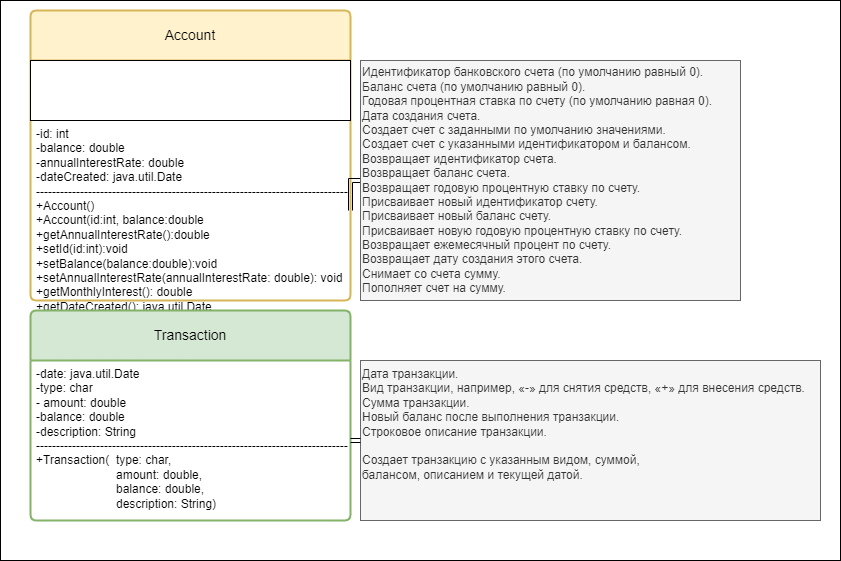
Before: БанковскаяСистема.png, a diagram exported from draw.io (JuliaYlibka/Classwithtest). Source tidied: cells renumbered, new cells last; positions are measured from the earlier drawing's top-left corner, leaving out a move shared by most shapes. The source it was exported from:
```xml
<mxGraphModel background="#FFFFFF">
  <root>
    <mxCell id="0" />
    <mxCell id="1" parent="0" />
    <mxCell id="2" style="rounded=0;whiteSpace=wrap;html=1;" parent="1" vertex="1">
      <mxGeometry width="840" height="560" as="geometry" />
    </mxCell>
    <mxCell id="3" value="Account" style="swimlane;horizontal=1;startSize=50;rounded=1;fontSize=14;fontStyle=0;strokeWidth=2;shadow=0;dashed=0;align=center;arcSize=4;whiteSpace=wrap;html=1;fillColor=#fff2cc;strokeColor=#d6b656;" parent="1" vertex="1">
      <mxGeometry x="30" y="10" width="320" height="290" as="geometry" />
    </mxCell>
    <mxCell id="4" style="rounded=0;whiteSpace=wrap;html=1;" parent="3" vertex="1">
      <mxGeometry y="50" width="320" height="60" as="geometry" />
    </mxCell>
    <mxCell id="5" value="-id: int&lt;div&gt;-balance: double&lt;/div&gt;&lt;div&gt;-annualInterestRate: double&lt;/div&gt;&lt;div&gt;-dateCreated: java.util.Date&lt;/div&gt;&lt;div&gt;------------------------------------------------------------------------------&lt;/div&gt;&lt;div&gt;+Account()&lt;/div&gt;&lt;div&gt;+Account(id:int, balance:double&lt;/div&gt;&lt;div&gt;+getAnnualInterestRate():double&lt;/div&gt;&lt;div&gt;+setId(id:int):void&lt;/div&gt;&lt;div&gt;+setBalance(balance:double):void&lt;/div&gt;&lt;div&gt;+set&lt;span style=&quot;background-color: initial;&quot;&gt;AnnualInterestRate(a&lt;/span&gt;&lt;span style=&quot;background-color: initial;&quot;&gt;nnualInterestRate: double&lt;/span&gt;&lt;span style=&quot;background-color: initial;&quot;&gt;): void&lt;/span&gt;&lt;/div&gt;&lt;div&gt;&lt;span style=&quot;background-color: initial;&quot;&gt;+getMonthlyInterest(): double&lt;/span&gt;&lt;/div&gt;&lt;div&gt;&lt;span style=&quot;background-color: initial;&quot;&gt;+getDateCreated(): java.util.Date&lt;/span&gt;&lt;/div&gt;&lt;div&gt;&lt;span style=&quot;background-color: initial;&quot;&gt;+withDraw(amount:double): void&lt;/span&gt;&lt;/div&gt;&lt;div&gt;&lt;span style=&quot;background-color: initial;&quot;&gt;+deposit(amount: double): void&lt;/span&gt;&lt;/div&gt;" style="align=left;strokeColor=none;fillColor=none;spacingLeft=4;fontSize=12;verticalAlign=top;html=1;" parent="3" vertex="1">
      <mxGeometry y="110" width="320" height="180" as="geometry" />
    </mxCell>
    <mxCell id="6" style="edgeStyle=orthogonalEdgeStyle;rounded=0;jettySize=auto;html=1;exitX=0;exitY=0.5;exitDx=0;exitDy=0;entryX=1;entryY=0.5;entryDx=0;entryDy=0;shape=link;" parent="1" edge="1" source="7" target="5">
      <mxGeometry relative="1" as="geometry" />
    </mxCell>
    <mxCell id="7" value="Идентификатор банковского счета (по умолчанию равный 0).&lt;br&gt;Баланс счета (по умолчанию равный 0).&lt;br&gt;Годовая процентная ставка по счету (по умолчанию равная 0).&lt;br&gt;Дата создания счета.&lt;br&gt;Создает счет с заданными по умолчанию значениями.&lt;br&gt;Создает счет с указанными идентификатором и балансом.&lt;br&gt;Возвращает идентификатор счета.&lt;br&gt;Возвращает баланс счета.&lt;br&gt;Возвращает годовую процентную ставку по счету.&lt;br&gt;Присваивает новый идентификатор счету.&lt;br&gt;Присваивает новый баланс счету.&lt;br&gt;Присваивает новую годовую процентную ставку по счету.&lt;br&gt;Возвращает ежемесячный процент по счету.&lt;br&gt;Возвращает дату создания этого счета.&lt;br&gt;Снимает со счета сумму.&lt;br&gt;Пополняет счет на сумму." style="rounded=0;whiteSpace=wrap;html=1;align=left;fillColor=#f5f5f5;fontColor=#333333;strokeColor=#666666;" parent="1" vertex="1">
      <mxGeometry x="360" y="60" width="380" height="240" as="geometry" />
    </mxCell>
    <mxCell id="8" value="Transaction" style="swimlane;horizontal=1;startSize=50;rounded=1;fontSize=14;fontStyle=0;strokeWidth=2;shadow=0;dashed=0;align=center;arcSize=4;whiteSpace=wrap;html=1;fillColor=#d5e8d4;strokeColor=#82b366;" parent="1" vertex="1">
      <mxGeometry x="30" y="310" width="320" height="210" as="geometry" />
    </mxCell>
    <mxCell id="9" value="&lt;div&gt;-date: java.util.Date&lt;/div&gt;&lt;div&gt;&lt;span style=&quot;background-color: initial;&quot;&gt;-type: char&lt;/span&gt;&lt;/div&gt;&lt;div&gt;&lt;span style=&quot;background-color: initial;&quot;&gt;- amount: double&lt;/span&gt;&lt;/div&gt;&lt;div&gt;&lt;span style=&quot;background-color: initial;&quot;&gt;-balance: double&lt;/span&gt;&lt;/div&gt;&lt;div&gt;&lt;span style=&quot;background-color: initial;&quot;&gt;-description: String&lt;/span&gt;&lt;/div&gt;&lt;div&gt;&lt;span style=&quot;background-color: initial;&quot;&gt;------------------------------------------------------------------------------&lt;/span&gt;&lt;/div&gt;&lt;div&gt;+Transaction(&amp;nbsp; type: char,&lt;/div&gt;&lt;div&gt;&lt;span style=&quot;white-space: pre;&quot;&gt;&#9;&lt;/span&gt;&lt;span style=&quot;white-space: pre;&quot;&gt;&#9;&lt;/span&gt;&lt;span style=&quot;white-space: pre;&quot;&gt;&#9;&lt;/span&gt;amount: double,&lt;br&gt;&lt;/div&gt;&lt;div&gt;&lt;span style=&quot;white-space: pre;&quot;&gt;&#9;&lt;/span&gt;&lt;span style=&quot;white-space: pre;&quot;&gt;&#9;&lt;/span&gt;&lt;span style=&quot;white-space: pre;&quot;&gt;&#9;&lt;/span&gt;balance: double,&lt;br&gt;&lt;/div&gt;&lt;div&gt;&lt;span style=&quot;white-space: pre;&quot;&gt;&#9;&lt;/span&gt;&lt;span style=&quot;white-space: pre;&quot;&gt;&#9;&lt;/span&gt;&lt;span style=&quot;white-space: pre;&quot;&gt;&#9;&lt;/span&gt;description: String)&lt;br&gt;&lt;/div&gt;" style="align=left;strokeColor=none;fillColor=none;spacingLeft=4;fontSize=12;verticalAlign=top;html=1;" parent="8" vertex="1">
      <mxGeometry y="50" width="320" height="160" as="geometry" />
    </mxCell>
    <mxCell id="10" value="Дата транзакции.&lt;br&gt;Вид транзакции, например, «-» для снятия средств, «+» для внесения средств.&lt;br&gt;Сумма транзакции.&lt;br&gt;Новый баланс после выполнения транзакции.&lt;br&gt;Строковое описание транзакции.&lt;div&gt;&lt;br&gt;Создает транзакцию с указанным видом, суммой,&lt;br&gt;балансом, описанием и текущей датой.&lt;/div&gt;" style="rounded=0;whiteSpace=wrap;html=1;align=left;verticalAlign=top;fillColor=#f5f5f5;fontColor=#333333;strokeColor=#666666;" parent="1" vertex="1">
      <mxGeometry x="360" y="360" width="460" height="160" as="geometry" />
    </mxCell>
    <mxCell id="11" style="edgeStyle=orthogonalEdgeStyle;rounded=0;jettySize=auto;html=1;exitX=1;exitY=0.5;exitDx=0;exitDy=0;entryX=0;entryY=0.5;entryDx=0;entryDy=0;shape=link;" parent="1" edge="1" source="9" target="10">
      <mxGeometry relative="1" as="geometry" />
    </mxCell>
  </root>
</mxGraphModel>
```
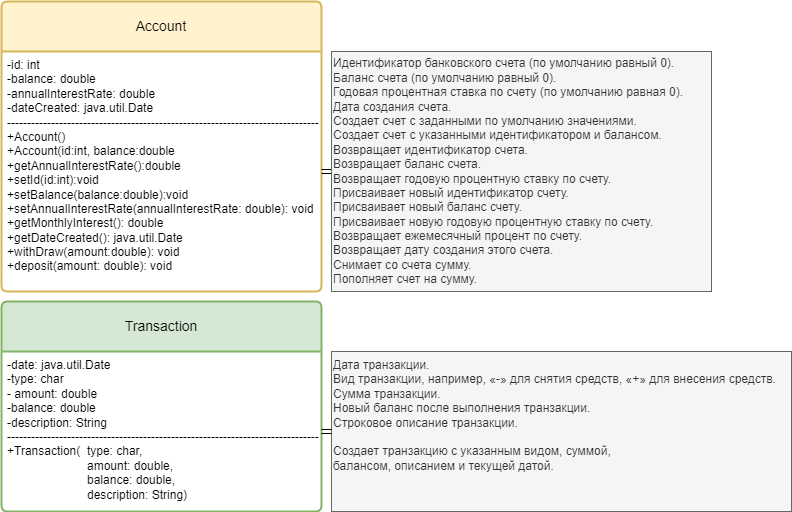
Later version of the same file.

Change to the diagram source:
```diff
@@ -1,18 +1,12 @@
-<mxGraphModel background="#FFFFFF">
+<mxGraphModel background="#ffffff">
   <root>
     <mxCell id="0" />
     <mxCell id="1" parent="0" />
-    <mxCell id="2" style="rounded=0;whiteSpace=wrap;html=1;" parent="1" vertex="1">
-      <mxGeometry width="840" height="560" as="geometry" />
-    </mxCell>
     <mxCell id="3" value="Account" style="swimlane;horizontal=1;startSize=50;rounded=1;fontSize=14;fontStyle=0;strokeWidth=2;shadow=0;dashed=0;align=center;arcSize=4;whiteSpace=wrap;html=1;fillColor=#fff2cc;strokeColor=#d6b656;" parent="1" vertex="1">
       <mxGeometry x="30" y="10" width="320" height="290" as="geometry" />
     </mxCell>
-    <mxCell id="4" style="rounded=0;whiteSpace=wrap;html=1;" parent="3" vertex="1">
-      <mxGeometry y="50" width="320" height="60" as="geometry" />
-    </mxCell>
     <mxCell id="5" value="-id: int&lt;div&gt;-balance: double&lt;/div&gt;&lt;div&gt;-annualInterestRate: double&lt;/div&gt;&lt;div&gt;-dateCreated: java.util.Date&lt;/div&gt;&lt;div&gt;------------------------------------------------------------------------------&lt;/div&gt;&lt;div&gt;+Account()&lt;/div&gt;&lt;div&gt;+Account(id:int, balance:double&lt;/div&gt;&lt;div&gt;+getAnnualInterestRate():double&lt;/div&gt;&lt;div&gt;+setId(id:int):void&lt;/div&gt;&lt;div&gt;+setBalance(balance:double):void&lt;/div&gt;&lt;div&gt;+set&lt;span style=&quot;background-color: initial;&quot;&gt;AnnualInterestRate(a&lt;/span&gt;&lt;span style=&quot;background-color: initial;&quot;&gt;nnualInterestRate: double&lt;/span&gt;&lt;span style=&quot;background-color: initial;&quot;&gt;): void&lt;/span&gt;&lt;/div&gt;&lt;div&gt;&lt;span style=&quot;background-color: initial;&quot;&gt;+getMonthlyInterest(): double&lt;/span&gt;&lt;/div&gt;&lt;div&gt;&lt;span style=&quot;background-color: initial;&quot;&gt;+getDateCreated(): java.util.Date&lt;/span&gt;&lt;/div&gt;&lt;div&gt;&lt;span style=&quot;background-color: initial;&quot;&gt;+withDraw(amount:double): void&lt;/span&gt;&lt;/div&gt;&lt;div&gt;&lt;span style=&quot;background-color: initial;&quot;&gt;+deposit(amount: double): void&lt;/span&gt;&lt;/div&gt;" style="align=left;strokeColor=none;fillColor=none;spacingLeft=4;fontSize=12;verticalAlign=top;html=1;" parent="3" vertex="1">
-      <mxGeometry y="110" width="320" height="180" as="geometry" />
+      <mxGeometry y="50" width="320" height="240" as="geometry" />
     </mxCell>
     <mxCell id="6" style="edgeStyle=orthogonalEdgeStyle;rounded=0;jettySize=auto;html=1;exitX=0;exitY=0.5;exitDx=0;exitDy=0;entryX=1;entryY=0.5;entryDx=0;entryDy=0;shape=link;" parent="1" edge="1" source="7" target="5">
       <mxGeometry relative="1" as="geometry" />
```
